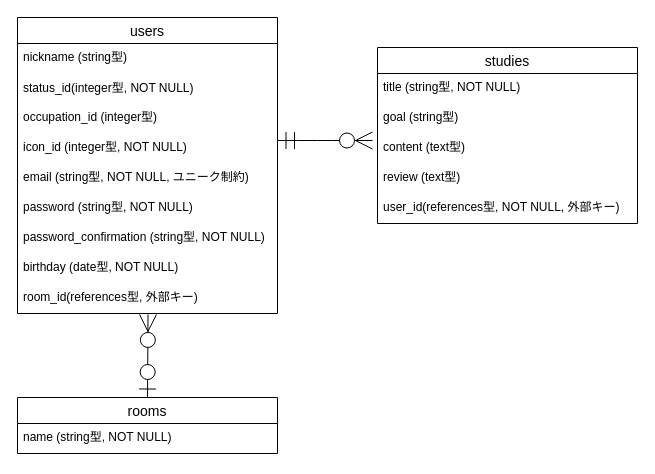
Kota-A-179/study_room keeps this draw.io diagram as ER(修正案).dio. Above is the earlier version. Source tidied: cells renumbered, new cells numbered last; positions are measured from the earlier drawing's top-left corner, leaving out a move shared by most shapes. Both pictures are drawn from the tidied source at 100%, with x=0, y=0 at pixel (17, 17).
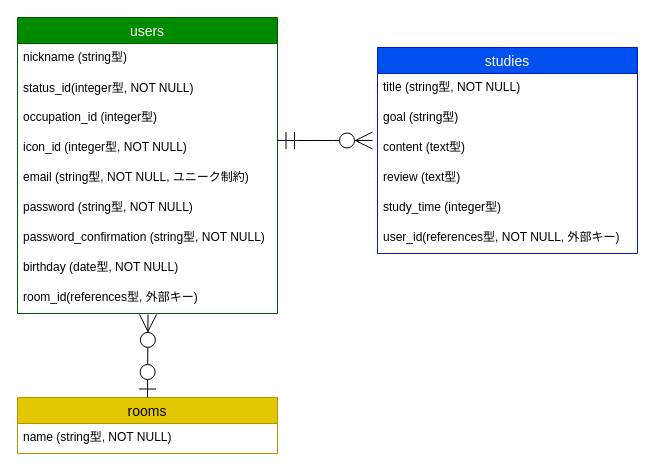
The same diagram, later.

Commit message:
ER図の追記・編集

The edit, as a diff of the source:
```diff
@@
-    <mxCell id="2" value="users" style="swimlane;fontStyle=0;horizontal=1;startSize=26;align=center;fontSize=14;" parent="1" vertex="1">
+    <mxCell id="2" value="users" style="swimlane;fontStyle=0;horizontal=1;startSize=26;align=center;fontSize=14;fillColor=#008a00;strokeColor=#005700;fontColor=#ffffff;" parent="1" vertex="1">
       <mxGeometry width="260" height="296" as="geometry" />
     </mxCell>
@@
-    <mxCell id="12" value="studies" style="swimlane;fontStyle=0;horizontal=1;startSize=26;align=center;fontSize=14;" parent="1" vertex="1">
-      <mxGeometry x="360" y="30" width="260" height="176" as="geometry" />
+    <mxCell id="12" value="studies" style="swimlane;fontStyle=0;horizontal=1;startSize=26;align=center;fontSize=14;fillColor=#0050ef;fontColor=#ffffff;strokeColor=#001DBC;" parent="1" vertex="1">
+      <mxGeometry x="360" y="30" width="260" height="206" as="geometry" />
     </mxCell>
@@
+    <mxCell id="22" value="study_time (integer型)" style="text;strokeColor=none;fillColor=none;spacingLeft=4;spacingRight=4;overflow=hidden;fontSize=12;" parent="12" vertex="1">
+      <mxGeometry y="146" width="260" height="30" as="geometry" />
+    </mxCell>
     <mxCell id="17" value="user_id(references型, NOT NULL, 外部キー)" style="text;strokeColor=none;fillColor=none;spacingLeft=4;spacingRight=4;overflow=hidden;fontSize=12;" parent="12" vertex="1">
-      <mxGeometry y="146" width="260" height="30" as="geometry" />
+      <mxGeometry y="176" width="260" height="30" as="geometry" />
     </mxCell>
-    <mxCell id="18" value="rooms" style="swimlane;fontStyle=0;horizontal=1;startSize=26;align=center;fontSize=14;" parent="1" vertex="1">
+    <mxCell id="18" value="rooms" style="swimlane;fontStyle=0;horizontal=1;startSize=26;align=center;fontSize=14;fillColor=#e3c800;fontColor=#000000;strokeColor=#B09500;" parent="1" vertex="1">
       <mxGeometry y="380" width="260" height="56" as="geometry" />
     </mxCell>
```
